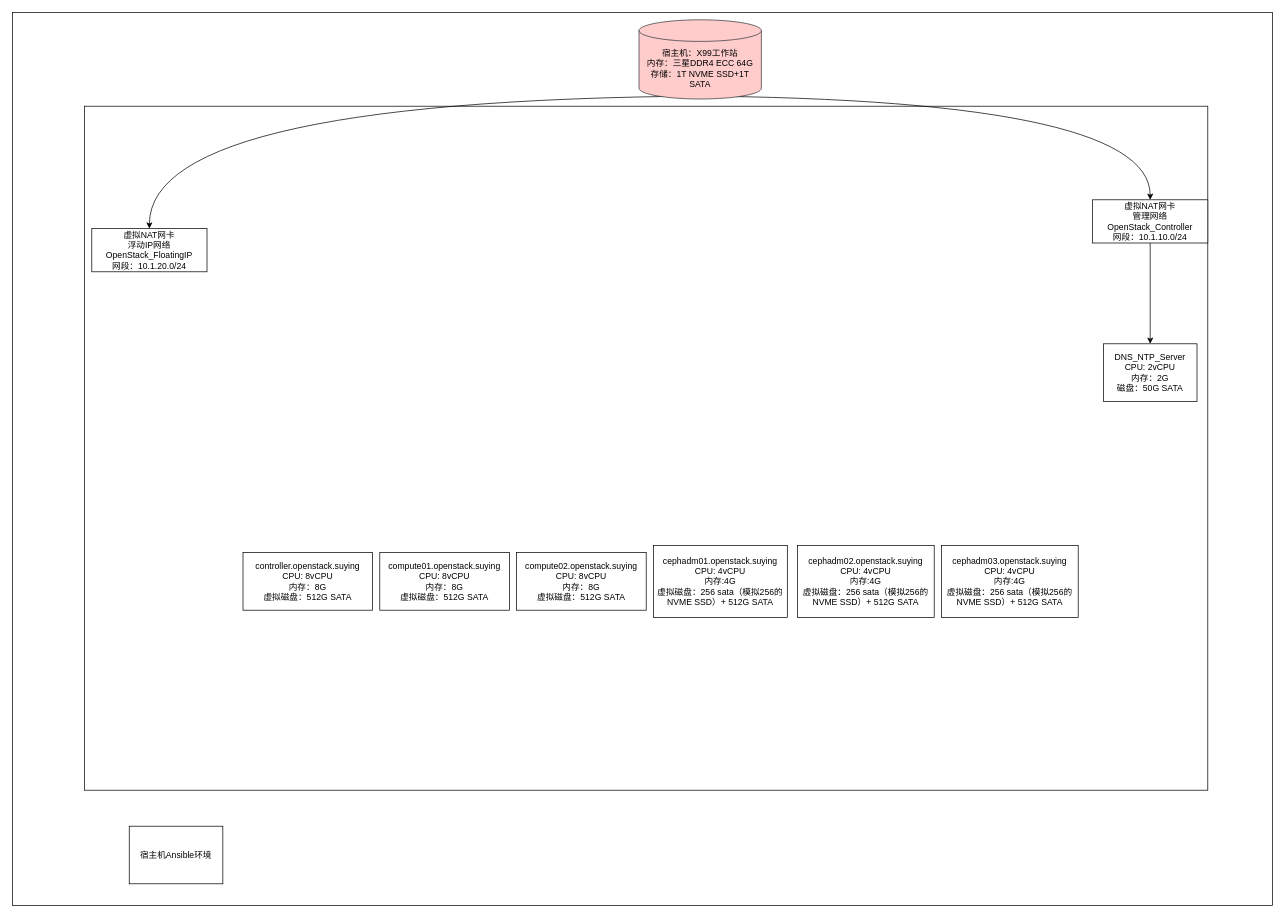
This is 测试环境部署模型.drawio from lrAltas/DrwaIO, a draw.io file, before an edit. Source tidied: cells renumbered, new cells numbered last; positions are measured from the earlier drawing's top-left corner, leaving out a move shared by most shapes. Both pictures are drawn from the tidied source at 72%, with x=0, y=0 at pixel (12, 12).
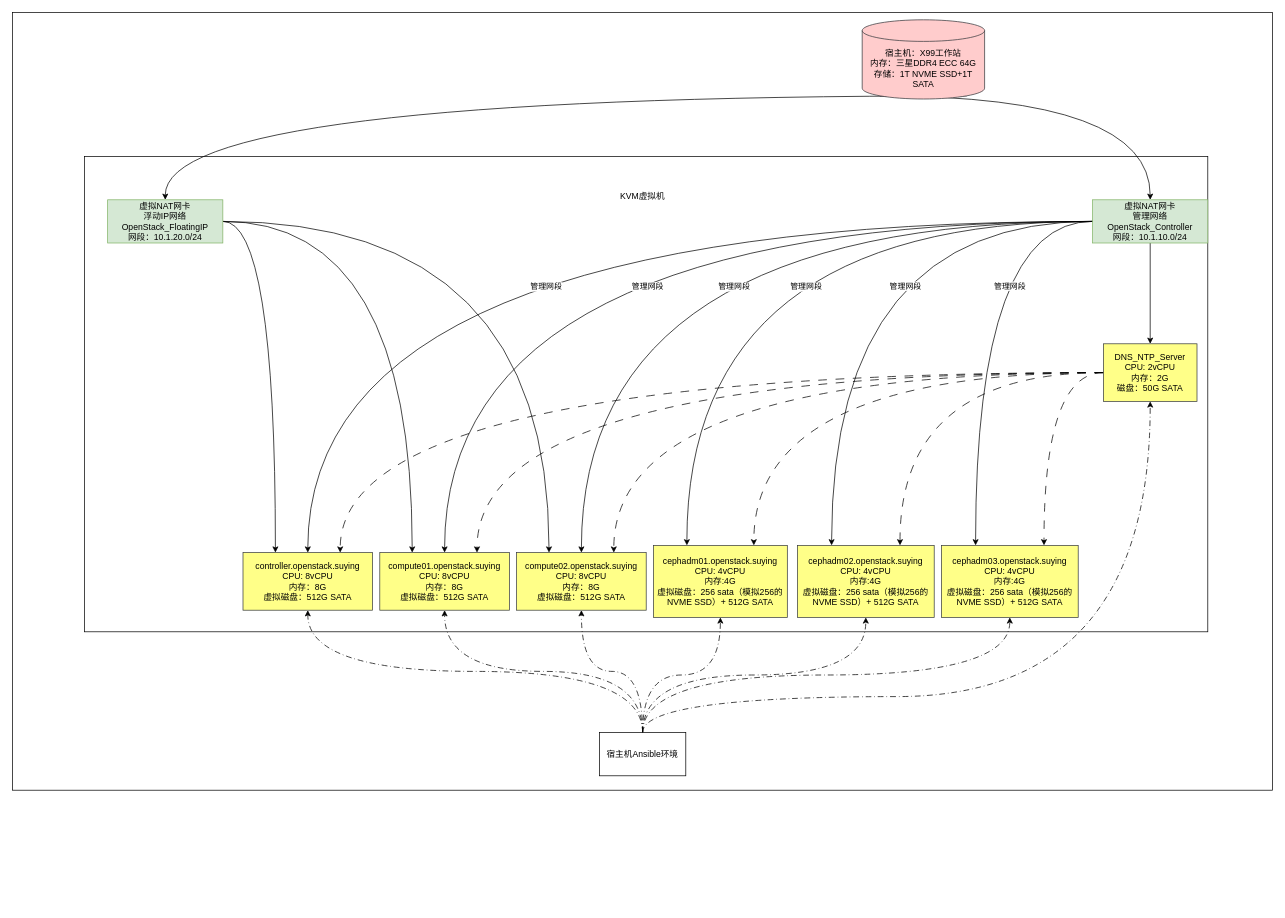
After the change.

Commit message:
更新测试环境部署模型.drawio

Change to the diagram source:
```diff
@@
     <mxCell id="2" style="rounded=0;whiteSpace=wrap;html=1;" parent="1" vertex="1">
-      <mxGeometry width="1750" height="1240" as="geometry" />
+      <mxGeometry width="1750" height="1080" as="geometry" />
     </mxCell>
     <mxCell id="3" style="rounded=0;whiteSpace=wrap;html=1;" parent="1" vertex="1">
-      <mxGeometry x="100" y="130" width="1560" height="950" as="geometry" />
+      <mxGeometry x="100" y="200" width="1560" height="660" as="geometry" />
     </mxCell>
@@
     <mxCell id="6" value="&lt;div&gt;宿主机：X99工作站&lt;/div&gt;&lt;div&gt;内存：三星DDR4 ECC 64G&lt;/div&gt;&lt;div&gt;存储：1T NVME SSD+1T SATA&lt;/div&gt;" style="shape=cylinder3;whiteSpace=wrap;html=1;boundedLbl=1;backgroundOutline=1;size=15;fillColor=#ffcccc;strokeColor=#36393d;" parent="1" vertex="1">
-      <mxGeometry x="870" y="10" width="170" height="110" as="geometry" />
+      <mxGeometry x="1180" y="10" width="170" height="110" as="geometry" />
     </mxCell>
@@
+    <mxCell id="18" style="edgeStyle=orthogonalEdgeStyle;rounded=0;jettySize=auto;html=1;exitX=0;exitY=0.5;exitDx=0;exitDy=0;entryX=0.5;entryY=0;entryDx=0;entryDy=0;curved=1;" parent="1" edge="1" source="8" target="11">
+      <mxGeometry relative="1" as="geometry" />
+    </mxCell>
+    <mxCell id="19" value="管理网段" style="edgeLabel;html=1;align=center;verticalAlign=middle;" parent="18" vertex="1">
+      <mxGeometry x="-0.04" y="85" relative="1" as="geometry">
+        <mxPoint x="-16" y="5" as="offset" />
+      </mxGeometry>
+    </mxCell>
+    <mxCell id="20" style="edgeStyle=orthogonalEdgeStyle;rounded=0;jettySize=auto;html=1;exitX=0;exitY=0.5;exitDx=0;exitDy=0;curved=1;" parent="1" edge="1" source="8" target="12">
+      <mxGeometry relative="1" as="geometry" />
+    </mxCell>
+    <mxCell id="21" value="管理网段" style="edgeLabel;html=1;align=center;verticalAlign=middle;" parent="20" vertex="1">
+      <mxGeometry x="-0.06" y="99" relative="1" as="geometry">
+        <mxPoint x="20" y="-9" as="offset" />
+      </mxGeometry>
+    </mxCell>
+    <mxCell id="22" style="edgeStyle=orthogonalEdgeStyle;rounded=0;jettySize=auto;html=1;exitX=0;exitY=0.5;exitDx=0;exitDy=0;entryX=0.5;entryY=0;entryDx=0;entryDy=0;curved=1;" parent="1" edge="1" source="8" target="13">
+      <mxGeometry relative="1" as="geometry" />
+    </mxCell>
+    <mxCell id="23" value="管理网段" style="edgeLabel;html=1;align=center;verticalAlign=middle;" parent="22" vertex="1">
+      <mxGeometry x="-0.12" y="107" relative="1" as="geometry">
+        <mxPoint x="16" y="-17" as="offset" />
+      </mxGeometry>
+    </mxCell>
+    <mxCell id="24" style="edgeStyle=orthogonalEdgeStyle;rounded=0;jettySize=auto;html=1;exitX=0;exitY=0.5;exitDx=0;exitDy=0;entryX=0.25;entryY=0;entryDx=0;entryDy=0;curved=1;" parent="1" edge="1" source="8" target="14">
+      <mxGeometry relative="1" as="geometry" />
+    </mxCell>
+    <mxCell id="25" value="管理网段" style="edgeLabel;html=1;align=center;verticalAlign=middle;" parent="24" vertex="1">
+      <mxGeometry x="-0.19" y="104" relative="1" as="geometry">
+        <mxPoint x="11" y="-14" as="offset" />
+      </mxGeometry>
+    </mxCell>
+    <mxCell id="26" style="edgeStyle=orthogonalEdgeStyle;rounded=0;jettySize=auto;html=1;exitX=0;exitY=0.5;exitDx=0;exitDy=0;entryX=0.25;entryY=0;entryDx=0;entryDy=0;curved=1;" parent="1" edge="1" source="8" target="15">
+      <mxGeometry relative="1" as="geometry" />
+    </mxCell>
+    <mxCell id="27" value="管理网段" style="edgeLabel;html=1;align=center;verticalAlign=middle;" parent="26" vertex="1">
+      <mxGeometry x="0.17" y="94" relative="1" as="geometry">
+        <mxPoint x="8" y="-23" as="offset" />
+      </mxGeometry>
+    </mxCell>
+    <mxCell id="28" style="edgeStyle=orthogonalEdgeStyle;rounded=0;jettySize=auto;html=1;exitX=0;exitY=0.5;exitDx=0;exitDy=0;entryX=0.25;entryY=0;entryDx=0;entryDy=0;curved=1;" parent="1" edge="1" source="8" target="17">
+      <mxGeometry relative="1" as="geometry" />
+    </mxCell>
+    <mxCell id="29" value="管理网段" style="edgeLabel;html=1;align=center;verticalAlign=middle;" parent="28" vertex="1">
+      <mxGeometry x="-0.05" y="36" relative="1" as="geometry">
+        <mxPoint x="11" y="-39" as="offset" />
+      </mxGeometry>
+    </mxCell>
-    <mxCell id="8" value="&lt;div&gt;虚拟NAT网卡&lt;/div&gt;&lt;div&gt;管理网络OpenStack_Controller&lt;/div&gt;&lt;div&gt;网段：10.1.10.0/24&lt;/div&gt;" style="rounded=0;whiteSpace=wrap;html=1;" parent="1" vertex="1">
+    <mxCell id="8" value="&lt;div&gt;虚拟NAT网卡&lt;/div&gt;&lt;div&gt;管理网络OpenStack_Controller&lt;/div&gt;&lt;div&gt;网段：10.1.10.0/24&lt;/div&gt;" style="rounded=0;whiteSpace=wrap;html=1;fillColor=#d5e8d4;strokeColor=#82b366;" parent="1" vertex="1">
       <mxGeometry x="1500" y="260" width="160" height="60" as="geometry" />
     </mxCell>
+    <mxCell id="30" style="edgeStyle=orthogonalEdgeStyle;rounded=0;jettySize=auto;html=1;exitX=1;exitY=0.5;exitDx=0;exitDy=0;entryX=0.25;entryY=0;entryDx=0;entryDy=0;curved=1;" parent="1" edge="1" source="9" target="11">
+      <mxGeometry relative="1" as="geometry" />
+    </mxCell>
+    <mxCell id="31" style="edgeStyle=orthogonalEdgeStyle;rounded=0;jettySize=auto;html=1;exitX=1;exitY=0.5;exitDx=0;exitDy=0;entryX=0.25;entryY=0;entryDx=0;entryDy=0;curved=1;" parent="1" edge="1" source="9" target="12">
+      <mxGeometry relative="1" as="geometry" />
+    </mxCell>
+    <mxCell id="32" style="edgeStyle=orthogonalEdgeStyle;rounded=0;jettySize=auto;html=1;exitX=1;exitY=0.5;exitDx=0;exitDy=0;entryX=0.25;entryY=0;entryDx=0;entryDy=0;curved=1;" parent="1" edge="1" source="9" target="13">
+      <mxGeometry relative="1" as="geometry" />
+    </mxCell>
-    <mxCell id="9" value="&lt;div&gt;虚拟NAT网卡&lt;/div&gt;&lt;div&gt;浮动IP网络&lt;/div&gt;&lt;div&gt;OpenStack_FloatingIP&lt;/div&gt;&lt;div&gt;网段：10.1.20.0/24&lt;/div&gt;" style="rounded=0;whiteSpace=wrap;html=1;" parent="1" vertex="1">
-      <mxGeometry x="110" y="300" width="160" height="60" as="geometry" />
+    <mxCell id="9" value="&lt;div&gt;虚拟NAT网卡&lt;/div&gt;&lt;div&gt;浮动IP网络&lt;/div&gt;&lt;div&gt;OpenStack_FloatingIP&lt;/div&gt;&lt;div&gt;网段：10.1.20.0/24&lt;/div&gt;" style="rounded=0;whiteSpace=wrap;html=1;fillColor=#d5e8d4;strokeColor=#82b366;" parent="1" vertex="1">
+      <mxGeometry x="132" y="260" width="160" height="60" as="geometry" />
     </mxCell>
+    <mxCell id="33" style="edgeStyle=orthogonalEdgeStyle;rounded=0;jettySize=auto;html=1;exitX=0;exitY=0.5;exitDx=0;exitDy=0;entryX=0.75;entryY=0;entryDx=0;entryDy=0;curved=1;dashed=1;dashPattern=12 12;" parent="1" edge="1" source="10" target="11">
+      <mxGeometry relative="1" as="geometry" />
+    </mxCell>
+    <mxCell id="34" style="edgeStyle=orthogonalEdgeStyle;rounded=0;jettySize=auto;html=1;exitX=0;exitY=0.5;exitDx=0;exitDy=0;entryX=0.75;entryY=0;entryDx=0;entryDy=0;curved=1;dashed=1;dashPattern=12 12;" parent="1" edge="1" source="10" target="12">
+      <mxGeometry relative="1" as="geometry" />
+    </mxCell>
+    <mxCell id="35" style="edgeStyle=orthogonalEdgeStyle;rounded=0;jettySize=auto;html=1;exitX=0;exitY=0.5;exitDx=0;exitDy=0;entryX=0.75;entryY=0;entryDx=0;entryDy=0;curved=1;dashed=1;dashPattern=12 12;" parent="1" edge="1" source="10" target="13">
+      <mxGeometry relative="1" as="geometry" />
+    </mxCell>
+    <mxCell id="36" style="edgeStyle=orthogonalEdgeStyle;rounded=0;jettySize=auto;html=1;exitX=0;exitY=0.5;exitDx=0;exitDy=0;entryX=0.75;entryY=0;entryDx=0;entryDy=0;curved=1;dashed=1;dashPattern=12 12;" parent="1" edge="1" source="10" target="14">
+      <mxGeometry relative="1" as="geometry" />
+    </mxCell>
+    <mxCell id="37" style="edgeStyle=orthogonalEdgeStyle;rounded=0;jettySize=auto;html=1;exitX=0;exitY=0.5;exitDx=0;exitDy=0;entryX=0.75;entryY=0;entryDx=0;entryDy=0;curved=1;dashed=1;dashPattern=12 12;" parent="1" edge="1" source="10" target="15">
+      <mxGeometry relative="1" as="geometry" />
+    </mxCell>
+    <mxCell id="38" style="edgeStyle=orthogonalEdgeStyle;rounded=0;jettySize=auto;html=1;exitX=0;exitY=0.5;exitDx=0;exitDy=0;entryX=0.75;entryY=0;entryDx=0;entryDy=0;curved=1;dashed=1;dashPattern=12 12;" parent="1" edge="1" source="10" target="17">
+      <mxGeometry relative="1" as="geometry" />
+    </mxCell>
-    <mxCell id="10" value="&lt;div&gt;DNS_NTP_Server&lt;/div&gt;&lt;div&gt;CPU: 2vCPU&lt;/div&gt;&lt;div&gt;内存：2G&lt;/div&gt;&lt;div&gt;磁盘：50G SATA&lt;/div&gt;" style="whiteSpace=wrap;html=1;rounded=0;" parent="1" vertex="1">
+    <mxCell id="10" value="&lt;div&gt;DNS_NTP_Server&lt;/div&gt;&lt;div&gt;CPU: 2vCPU&lt;/div&gt;&lt;div&gt;内存：2G&lt;/div&gt;&lt;div&gt;磁盘：50G SATA&lt;/div&gt;" style="whiteSpace=wrap;html=1;rounded=0;fillColor=#ffff88;strokeColor=#36393d;" parent="1" vertex="1">
       <mxGeometry x="1515" y="460" width="130" height="80" as="geometry" />
     </mxCell>
-    <mxCell id="11" value="&lt;div&gt;controller.openstack.suying&lt;/div&gt;&lt;div&gt;CPU: 8vCPU&lt;/div&gt;&lt;div&gt;内存：8G&lt;/div&gt;&lt;div&gt;虚拟磁盘：512G SATA&lt;/div&gt;" style="rounded=0;whiteSpace=wrap;html=1;" parent="1" vertex="1">
+    <mxCell id="11" value="&lt;div&gt;controller.openstack.suying&lt;/div&gt;&lt;div&gt;CPU: 8vCPU&lt;/div&gt;&lt;div&gt;内存：8G&lt;/div&gt;&lt;div&gt;虚拟磁盘：512G SATA&lt;/div&gt;" style="rounded=0;whiteSpace=wrap;html=1;fillColor=#ffff88;strokeColor=#36393d;" parent="1" vertex="1">
       <mxGeometry x="320" y="750" width="180" height="80" as="geometry" />
     </mxCell>
-    <mxCell id="12" value="&lt;div&gt;compute01.openstack.suying&lt;/div&gt;&lt;div&gt;CPU: 8vCPU&lt;/div&gt;&lt;div&gt;内存：8G&lt;/div&gt;&lt;div&gt;虚拟磁盘：512G SATA&lt;/div&gt;" style="rounded=0;whiteSpace=wrap;html=1;" parent="1" vertex="1">
+    <mxCell id="12" value="&lt;div&gt;compute01.openstack.suying&lt;/div&gt;&lt;div&gt;CPU: 8vCPU&lt;/div&gt;&lt;div&gt;内存：8G&lt;/div&gt;&lt;div&gt;虚拟磁盘：512G SATA&lt;/div&gt;" style="rounded=0;whiteSpace=wrap;html=1;fillColor=#ffff88;strokeColor=#36393d;" parent="1" vertex="1">
       <mxGeometry x="510" y="750" width="180" height="80" as="geometry" />
     </mxCell>
-    <mxCell id="13" value="&lt;div&gt;compute02.openstack.suying&lt;/div&gt;&lt;div&gt;CPU: 8vCPU&lt;/div&gt;&lt;div&gt;内存：8G&lt;/div&gt;&lt;div&gt;虚拟磁盘：512G SATA&lt;/div&gt;" style="rounded=0;whiteSpace=wrap;html=1;" parent="1" vertex="1">
+    <mxCell id="13" value="&lt;div&gt;compute02.openstack.suying&lt;/div&gt;&lt;div&gt;CPU: 8vCPU&lt;/div&gt;&lt;div&gt;内存：8G&lt;/div&gt;&lt;div&gt;虚拟磁盘：512G SATA&lt;/div&gt;" style="rounded=0;whiteSpace=wrap;html=1;fillColor=#ffff88;strokeColor=#36393d;" parent="1" vertex="1">
       <mxGeometry x="700" y="750" width="180" height="80" as="geometry" />
     </mxCell>
-    <mxCell id="14" value="&lt;div&gt;cephadm01.openstack.suying&lt;/div&gt;&lt;div&gt;CPU: 4vCPU&lt;/div&gt;&lt;div&gt;内存:4G&lt;/div&gt;&lt;div&gt;虚拟磁盘：256 sata（模拟256的 NVME SSD）+ 512G SATA&lt;/div&gt;" style="rounded=0;whiteSpace=wrap;html=1;" parent="1" vertex="1">
+    <mxCell id="14" value="&lt;div&gt;cephadm01.openstack.suying&lt;/div&gt;&lt;div&gt;CPU: 4vCPU&lt;/div&gt;&lt;div&gt;内存:4G&lt;/div&gt;&lt;div&gt;虚拟磁盘：256 sata（模拟256的 NVME SSD）+ 512G SATA&lt;/div&gt;" style="rounded=0;whiteSpace=wrap;html=1;fillColor=#ffff88;strokeColor=#36393d;" parent="1" vertex="1">
       <mxGeometry x="890" y="740" width="186" height="100" as="geometry" />
     </mxCell>
-    <mxCell id="15" value="&lt;div&gt;cephadm02.openstack.suying&lt;/div&gt;&lt;div&gt;CPU: 4vCPU&lt;/div&gt;&lt;div&gt;内存:4G&lt;/div&gt;&lt;div&gt;虚拟磁盘：256 sata（模拟256的 NVME SSD）+ 512G SATA&lt;/div&gt;" style="rounded=0;whiteSpace=wrap;html=1;" parent="1" vertex="1">
+    <mxCell id="15" value="&lt;div&gt;cephadm02.openstack.suying&lt;/div&gt;&lt;div&gt;CPU: 4vCPU&lt;/div&gt;&lt;div&gt;内存:4G&lt;/div&gt;&lt;div&gt;虚拟磁盘：256 sata（模拟256的 NVME SSD）+ 512G SATA&lt;/div&gt;" style="rounded=0;whiteSpace=wrap;html=1;fillColor=#ffff88;strokeColor=#36393d;" parent="1" vertex="1">
       <mxGeometry x="1090" y="740" width="190" height="100" as="geometry" />
     </mxCell>
+    <mxCell id="17" value="&lt;div&gt;cephadm03.openstack.suying&lt;/div&gt;&lt;div&gt;CPU: 4vCPU&lt;/div&gt;&lt;div&gt;内存:4G&lt;/div&gt;&lt;div&gt;虚拟磁盘：256 sata（模拟256的 NVME SSD）+ 512G SATA&lt;/div&gt;" style="rounded=0;whiteSpace=wrap;html=1;fillColor=#ffff88;strokeColor=#36393d;" parent="1" vertex="1">
+      <mxGeometry x="1290" y="740" width="190" height="100" as="geometry" />
+    </mxCell>
+    <mxCell id="39" style="edgeStyle=orthogonalEdgeStyle;rounded=0;jettySize=auto;html=1;exitX=0.5;exitY=0;exitDx=0;exitDy=0;dashed=1;dashPattern=8 4 1 4;curved=1;" parent="1" edge="1" source="16" target="11">
+      <mxGeometry relative="1" as="geometry" />
+    </mxCell>
+    <mxCell id="40" style="edgeStyle=orthogonalEdgeStyle;rounded=0;jettySize=auto;html=1;exitX=0.5;exitY=0;exitDx=0;exitDy=0;dashed=1;dashPattern=8 4 1 4;curved=1;" parent="1" edge="1" source="16" target="12">
+      <mxGeometry relative="1" as="geometry" />
+    </mxCell>
+    <mxCell id="41" style="edgeStyle=orthogonalEdgeStyle;rounded=0;jettySize=auto;html=1;exitX=0.5;exitY=0;exitDx=0;exitDy=0;dashed=1;dashPattern=8 4 1 4;curved=1;" parent="1" edge="1" source="16" target="13">
+      <mxGeometry relative="1" as="geometry" />
+    </mxCell>
+    <mxCell id="42" style="edgeStyle=orthogonalEdgeStyle;rounded=0;jettySize=auto;html=1;exitX=0.5;exitY=0;exitDx=0;exitDy=0;entryX=0.5;entryY=1;entryDx=0;entryDy=0;dashed=1;dashPattern=8 4 1 4;curved=1;" parent="1" edge="1" source="16" target="14">
+      <mxGeometry relative="1" as="geometry" />
+    </mxCell>
+    <mxCell id="43" style="edgeStyle=orthogonalEdgeStyle;rounded=0;jettySize=auto;html=1;exitX=0.5;exitY=0;exitDx=0;exitDy=0;dashed=1;dashPattern=8 4 1 4;curved=1;" parent="1" edge="1" source="16" target="15">
+      <mxGeometry relative="1" as="geometry" />
+    </mxCell>
+    <mxCell id="44" style="edgeStyle=orthogonalEdgeStyle;rounded=0;jettySize=auto;html=1;exitX=0.5;exitY=0;exitDx=0;exitDy=0;entryX=0.5;entryY=1;entryDx=0;entryDy=0;dashed=1;dashPattern=8 4 1 4;curved=1;" parent="1" edge="1" source="16" target="17">
+      <mxGeometry relative="1" as="geometry" />
+    </mxCell>
+    <mxCell id="45" style="edgeStyle=orthogonalEdgeStyle;rounded=0;jettySize=auto;html=1;exitX=0.5;exitY=0;exitDx=0;exitDy=0;dashed=1;dashPattern=8 4 1 4;curved=1;" parent="1" edge="1" source="16" target="10">
+      <mxGeometry relative="1" as="geometry">
+        <Array as="points">
+          <mxPoint x="875" y="950" />
+          <mxPoint x="1580" y="950" />
+        </Array>
+      </mxGeometry>
+    </mxCell>
-    <mxCell id="16" value="宿主机Ansible环境" style="whiteSpace=wrap;html=1;rounded=0;" parent="1" vertex="1">
-      <mxGeometry x="162" y="1130" width="130" height="80" as="geometry" />
+    <mxCell id="16" value="宿主机Ansible环境" style="whiteSpace=wrap;html=1;" parent="1" vertex="1">
+      <mxGeometry x="815" y="1000" width="120" height="60" as="geometry" />
     </mxCell>
-    <mxCell id="17" value="&lt;div&gt;cephadm03.openstack.suying&lt;/div&gt;&lt;div&gt;CPU: 4vCPU&lt;/div&gt;&lt;div&gt;内存:4G&lt;/div&gt;&lt;div&gt;虚拟磁盘：256 sata（模拟256的 NVME SSD）+ 512G SATA&lt;/div&gt;" style="rounded=0;whiteSpace=wrap;html=1;" parent="1" vertex="1">
-      <mxGeometry x="1290" y="740" width="190" height="100" as="geometry" />
-    </mxCell>
+    <mxCell id="46" value="KVM虚拟机" style="text;html=1;whiteSpace=wrap;strokeColor=none;fillColor=none;align=center;verticalAlign=middle;rounded=0;" parent="1" vertex="1">
+      <mxGeometry x="815" y="240" width="120" height="30" as="geometry" />
+    </mxCell>
```
